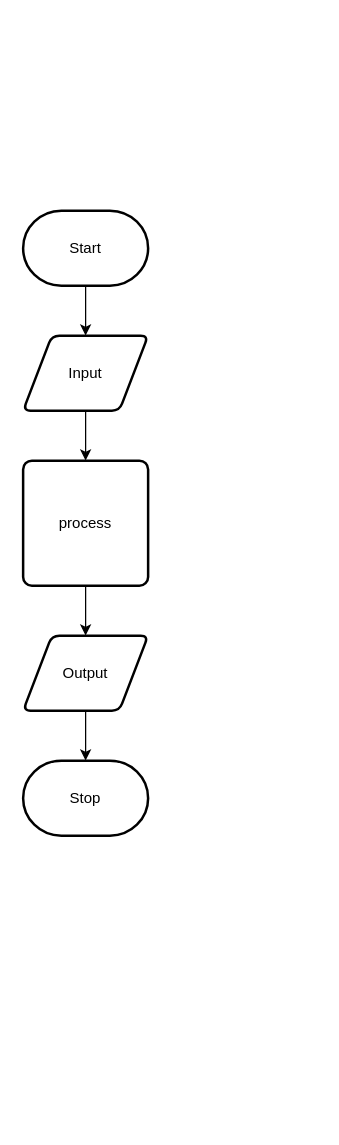
Above: design/flow-chart.drawio in Chloe-Havel/ICS2O-Unit-5-03 (draw.io), before the change. Source tidied: cells renumbered, new cells numbered last; positions are measured from the earlier drawing's top-left corner, leaving out a move shared by most shapes. Both pictures are drawn from the tidied source at 125%, with x=0, y=0 at pixel (22, 210).
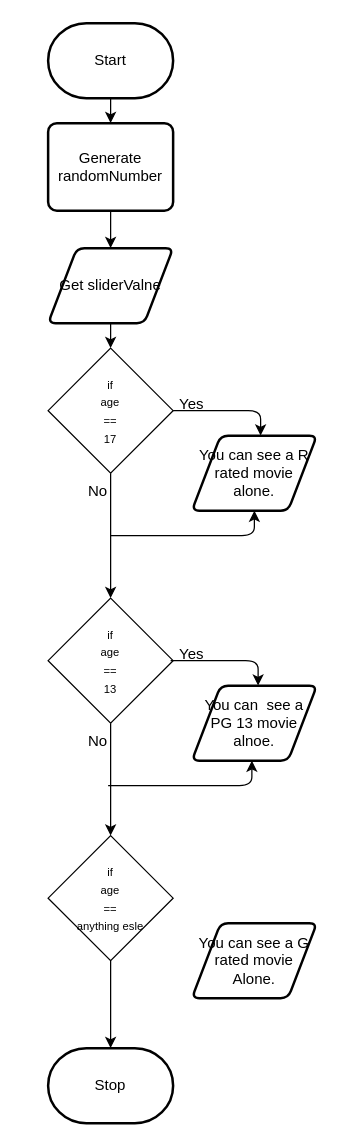
After the change.

What changed in the source:
```diff
@@
-    <mxCell id="2" style="edgeStyle=none;html=1;" parent="1" edge="1" source="3" target="5">
-      <mxGeometry relative="1" as="geometry" />
-    </mxCell>
+    <mxCell id="11" style="edgeStyle=none;html=1;entryX=0.5;entryY=0;entryDx=0;entryDy=0;" parent="1" edge="1" source="3" target="16">
+      <mxGeometry relative="1" as="geometry" />
+    </mxCell>
     <mxCell id="3" value="Start" style="strokeWidth=2;html=1;shape=mxgraph.flowchart.terminator;whiteSpace=wrap;" parent="1" vertex="1">
-      <mxGeometry width="100" height="60" as="geometry" />
+      <mxGeometry x="20" y="-150" width="100" height="60" as="geometry" />
     </mxCell>
-    <mxCell id="4" style="edgeStyle=none;html=1;" parent="1" edge="1" source="5" target="7">
-      <mxGeometry relative="1" as="geometry" />
-    </mxCell>
-    <mxCell id="5" value="Input" style="shape=parallelogram;html=1;strokeWidth=2;perimeter=parallelogramPerimeter;whiteSpace=wrap;rounded=1;arcSize=12;size=0.23;" parent="1" vertex="1">
-      <mxGeometry y="100" width="100" height="60" as="geometry" />
-    </mxCell>
-    <mxCell id="6" style="edgeStyle=none;html=1;" parent="1" edge="1" source="7" target="9">
-      <mxGeometry relative="1" as="geometry" />
-    </mxCell>
-    <mxCell id="7" value="process" style="rounded=1;whiteSpace=wrap;html=1;absoluteArcSize=1;arcSize=14;strokeWidth=2;" parent="1" vertex="1">
-      <mxGeometry y="200" width="100" height="100" as="geometry" />
-    </mxCell>
-    <mxCell id="8" style="edgeStyle=none;html=1;" parent="1" edge="1" source="9" target="10">
-      <mxGeometry relative="1" as="geometry" />
-    </mxCell>
-    <mxCell id="9" value="Output" style="shape=parallelogram;html=1;strokeWidth=2;perimeter=parallelogramPerimeter;whiteSpace=wrap;rounded=1;arcSize=12;size=0.23;" parent="1" vertex="1">
-      <mxGeometry y="340" width="100" height="60" as="geometry" />
-    </mxCell>
+    <mxCell id="12" style="edgeStyle=none;html=1;entryX=0.5;entryY=0;entryDx=0;entryDy=0;" parent="1" edge="1" source="13" target="19">
+      <mxGeometry relative="1" as="geometry" />
+    </mxCell>
+    <mxCell id="13" value="Get sliderValne" style="shape=parallelogram;html=1;strokeWidth=2;perimeter=parallelogramPerimeter;whiteSpace=wrap;rounded=1;arcSize=12;size=0.23;" parent="1" vertex="1">
+      <mxGeometry x="20" y="30" width="100" height="60" as="geometry" />
+    </mxCell>
+    <mxCell id="14" value="You can see a R rated movie alone." style="shape=parallelogram;html=1;strokeWidth=2;perimeter=parallelogramPerimeter;whiteSpace=wrap;rounded=1;arcSize=12;size=0.23;" parent="1" vertex="1">
+      <mxGeometry x="135" y="180" width="100" height="60" as="geometry" />
+    </mxCell>
     <mxCell id="10" value="Stop" style="strokeWidth=2;html=1;shape=mxgraph.flowchart.terminator;whiteSpace=wrap;" parent="1" vertex="1">
-      <mxGeometry y="440" width="100" height="60" as="geometry" />
+      <mxGeometry x="20" y="670" width="100" height="60" as="geometry" />
     </mxCell>
+    <mxCell id="15" style="edgeStyle=none;html=1;entryX=0.5;entryY=0;entryDx=0;entryDy=0;" parent="1" edge="1" source="16" target="13">
+      <mxGeometry relative="1" as="geometry" />
+    </mxCell>
+    <mxCell id="16" value="Generate&lt;br&gt;randomNumber" style="rounded=1;whiteSpace=wrap;html=1;absoluteArcSize=1;arcSize=14;strokeWidth=2;" parent="1" vertex="1">
+      <mxGeometry x="20" y="-70" width="100" height="70" as="geometry" />
+    </mxCell>
+    <mxCell id="17" style="edgeStyle=none;html=1;fontSize=9;" parent="1" edge="1" source="19">
+      <mxGeometry relative="1" as="geometry">
+        <mxPoint x="190" y="180" as="targetPoint" />
+        <Array as="points">
+          <mxPoint x="190" y="160" />
+        </Array>
+      </mxGeometry>
+    </mxCell>
+    <mxCell id="18" style="edgeStyle=none;html=1;" parent="1" edge="1" source="19" target="21">
+      <mxGeometry relative="1" as="geometry" />
+    </mxCell>
+    <mxCell id="19" value="&lt;font style=&quot;font-size: 9px&quot;&gt;if&lt;br&gt;age&lt;br&gt;==&lt;br&gt;17&lt;br&gt;&lt;/font&gt;" style="rhombus;whiteSpace=wrap;html=1;" parent="1" vertex="1">
+      <mxGeometry x="20" y="110" width="100" height="100" as="geometry" />
+    </mxCell>
+    <mxCell id="20" style="edgeStyle=none;html=1;entryX=0.5;entryY=0;entryDx=0;entryDy=0;" parent="1" edge="1" source="21" target="30">
+      <mxGeometry relative="1" as="geometry" />
+    </mxCell>
+    <mxCell id="21" value="&lt;font style=&quot;font-size: 9px&quot;&gt;if&lt;br&gt;age&lt;br&gt;==&lt;br&gt;13&lt;br&gt;&lt;/font&gt;" style="rhombus;whiteSpace=wrap;html=1;" parent="1" vertex="1">
+      <mxGeometry x="20" y="310" width="100" height="100" as="geometry" />
+    </mxCell>
+    <mxCell id="22" style="edgeStyle=none;html=1;fontSize=9;entryX=0.5;entryY=1;entryDx=0;entryDy=0;" parent="1" edge="1" target="14">
+      <mxGeometry relative="1" as="geometry">
+        <mxPoint x="70" y="260" as="sourcePoint" />
+        <Array as="points">
+          <mxPoint x="185" y="260" />
+        </Array>
+      </mxGeometry>
+    </mxCell>
+    <mxCell id="23" style="edgeStyle=none;html=1;fontSize=9;" parent="1" edge="1">
+      <mxGeometry relative="1" as="geometry">
+        <mxPoint x="118" y="360" as="sourcePoint" />
+        <mxPoint x="188" y="380" as="targetPoint" />
+        <Array as="points">
+          <mxPoint x="188" y="360" />
+        </Array>
+      </mxGeometry>
+    </mxCell>
+    <mxCell id="24" value="You can&amp;nbsp; see a PG 13 movie alnoe." style="shape=parallelogram;html=1;strokeWidth=2;perimeter=parallelogramPerimeter;whiteSpace=wrap;rounded=1;arcSize=12;size=0.23;" parent="1" vertex="1">
+      <mxGeometry x="135" y="380" width="100" height="60" as="geometry" />
+    </mxCell>
+    <mxCell id="25" value="Yes" style="text;html=1;strokeColor=none;fillColor=none;align=center;verticalAlign=middle;whiteSpace=wrap;rounded=0;" parent="1" vertex="1">
+      <mxGeometry x="105" y="140" width="60" height="30" as="geometry" />
+    </mxCell>
+    <mxCell id="26" value="Yes" style="text;html=1;strokeColor=none;fillColor=none;align=center;verticalAlign=middle;whiteSpace=wrap;rounded=0;" parent="1" vertex="1">
+      <mxGeometry x="105" y="340" width="60" height="30" as="geometry" />
+    </mxCell>
+    <mxCell id="27" value="No" style="text;html=1;strokeColor=none;fillColor=none;align=center;verticalAlign=middle;whiteSpace=wrap;rounded=0;" parent="1" vertex="1">
+      <mxGeometry x="30" y="210" width="60" height="30" as="geometry" />
+    </mxCell>
+    <mxCell id="28" value="No" style="text;html=1;strokeColor=none;fillColor=none;align=center;verticalAlign=middle;whiteSpace=wrap;rounded=0;" parent="1" vertex="1">
+      <mxGeometry x="30" y="410" width="60" height="30" as="geometry" />
+    </mxCell>
+    <mxCell id="29" style="edgeStyle=none;html=1;" parent="1" edge="1" source="30" target="10">
+      <mxGeometry relative="1" as="geometry" />
+    </mxCell>
+    <mxCell id="30" value="&lt;font style=&quot;font-size: 9px&quot;&gt;if&lt;br&gt;age&lt;br&gt;==&lt;br&gt;anything esle&lt;br&gt;&lt;/font&gt;" style="rhombus;whiteSpace=wrap;html=1;" parent="1" vertex="1">
+      <mxGeometry x="20" y="500" width="100" height="100" as="geometry" />
+    </mxCell>
+    <mxCell id="31" style="edgeStyle=none;html=1;fontSize=9;entryX=0.5;entryY=1;entryDx=0;entryDy=0;" parent="1" edge="1">
+      <mxGeometry relative="1" as="geometry">
+        <mxPoint x="68" y="460" as="sourcePoint" />
+        <mxPoint x="183" y="440" as="targetPoint" />
+        <Array as="points">
+          <mxPoint x="183" y="460" />
+        </Array>
+      </mxGeometry>
+    </mxCell>
+    <mxCell id="32" value="You can see a G rated movie Alone." style="shape=parallelogram;html=1;strokeWidth=2;perimeter=parallelogramPerimeter;whiteSpace=wrap;rounded=1;arcSize=12;size=0.23;" parent="1" vertex="1">
+      <mxGeometry x="135" y="570" width="100" height="60" as="geometry" />
+    </mxCell>
```
